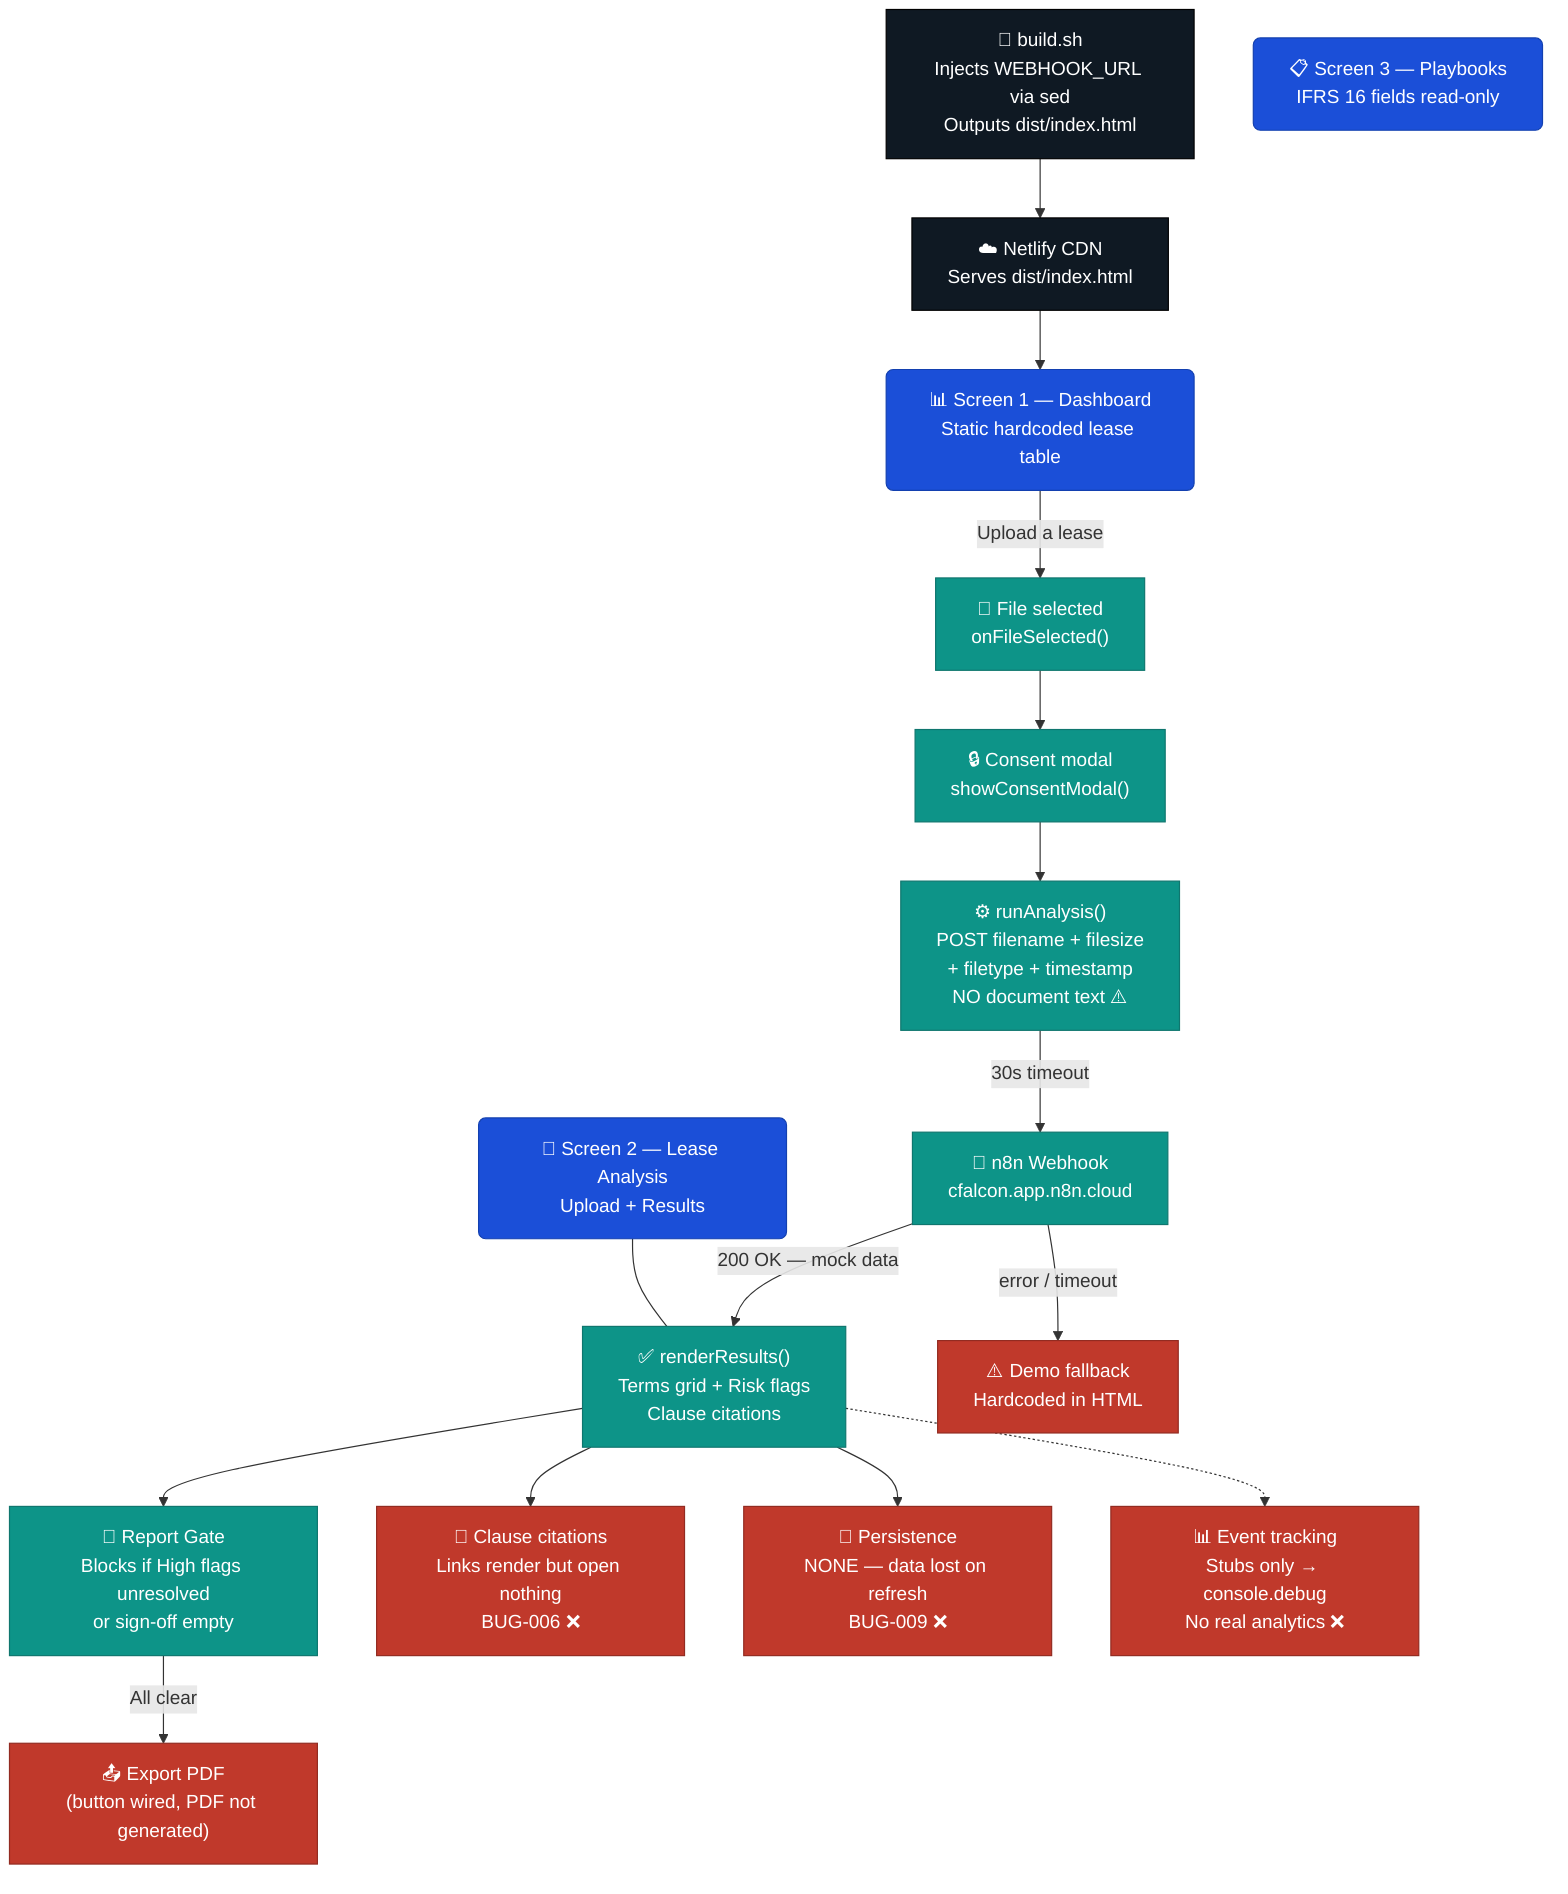
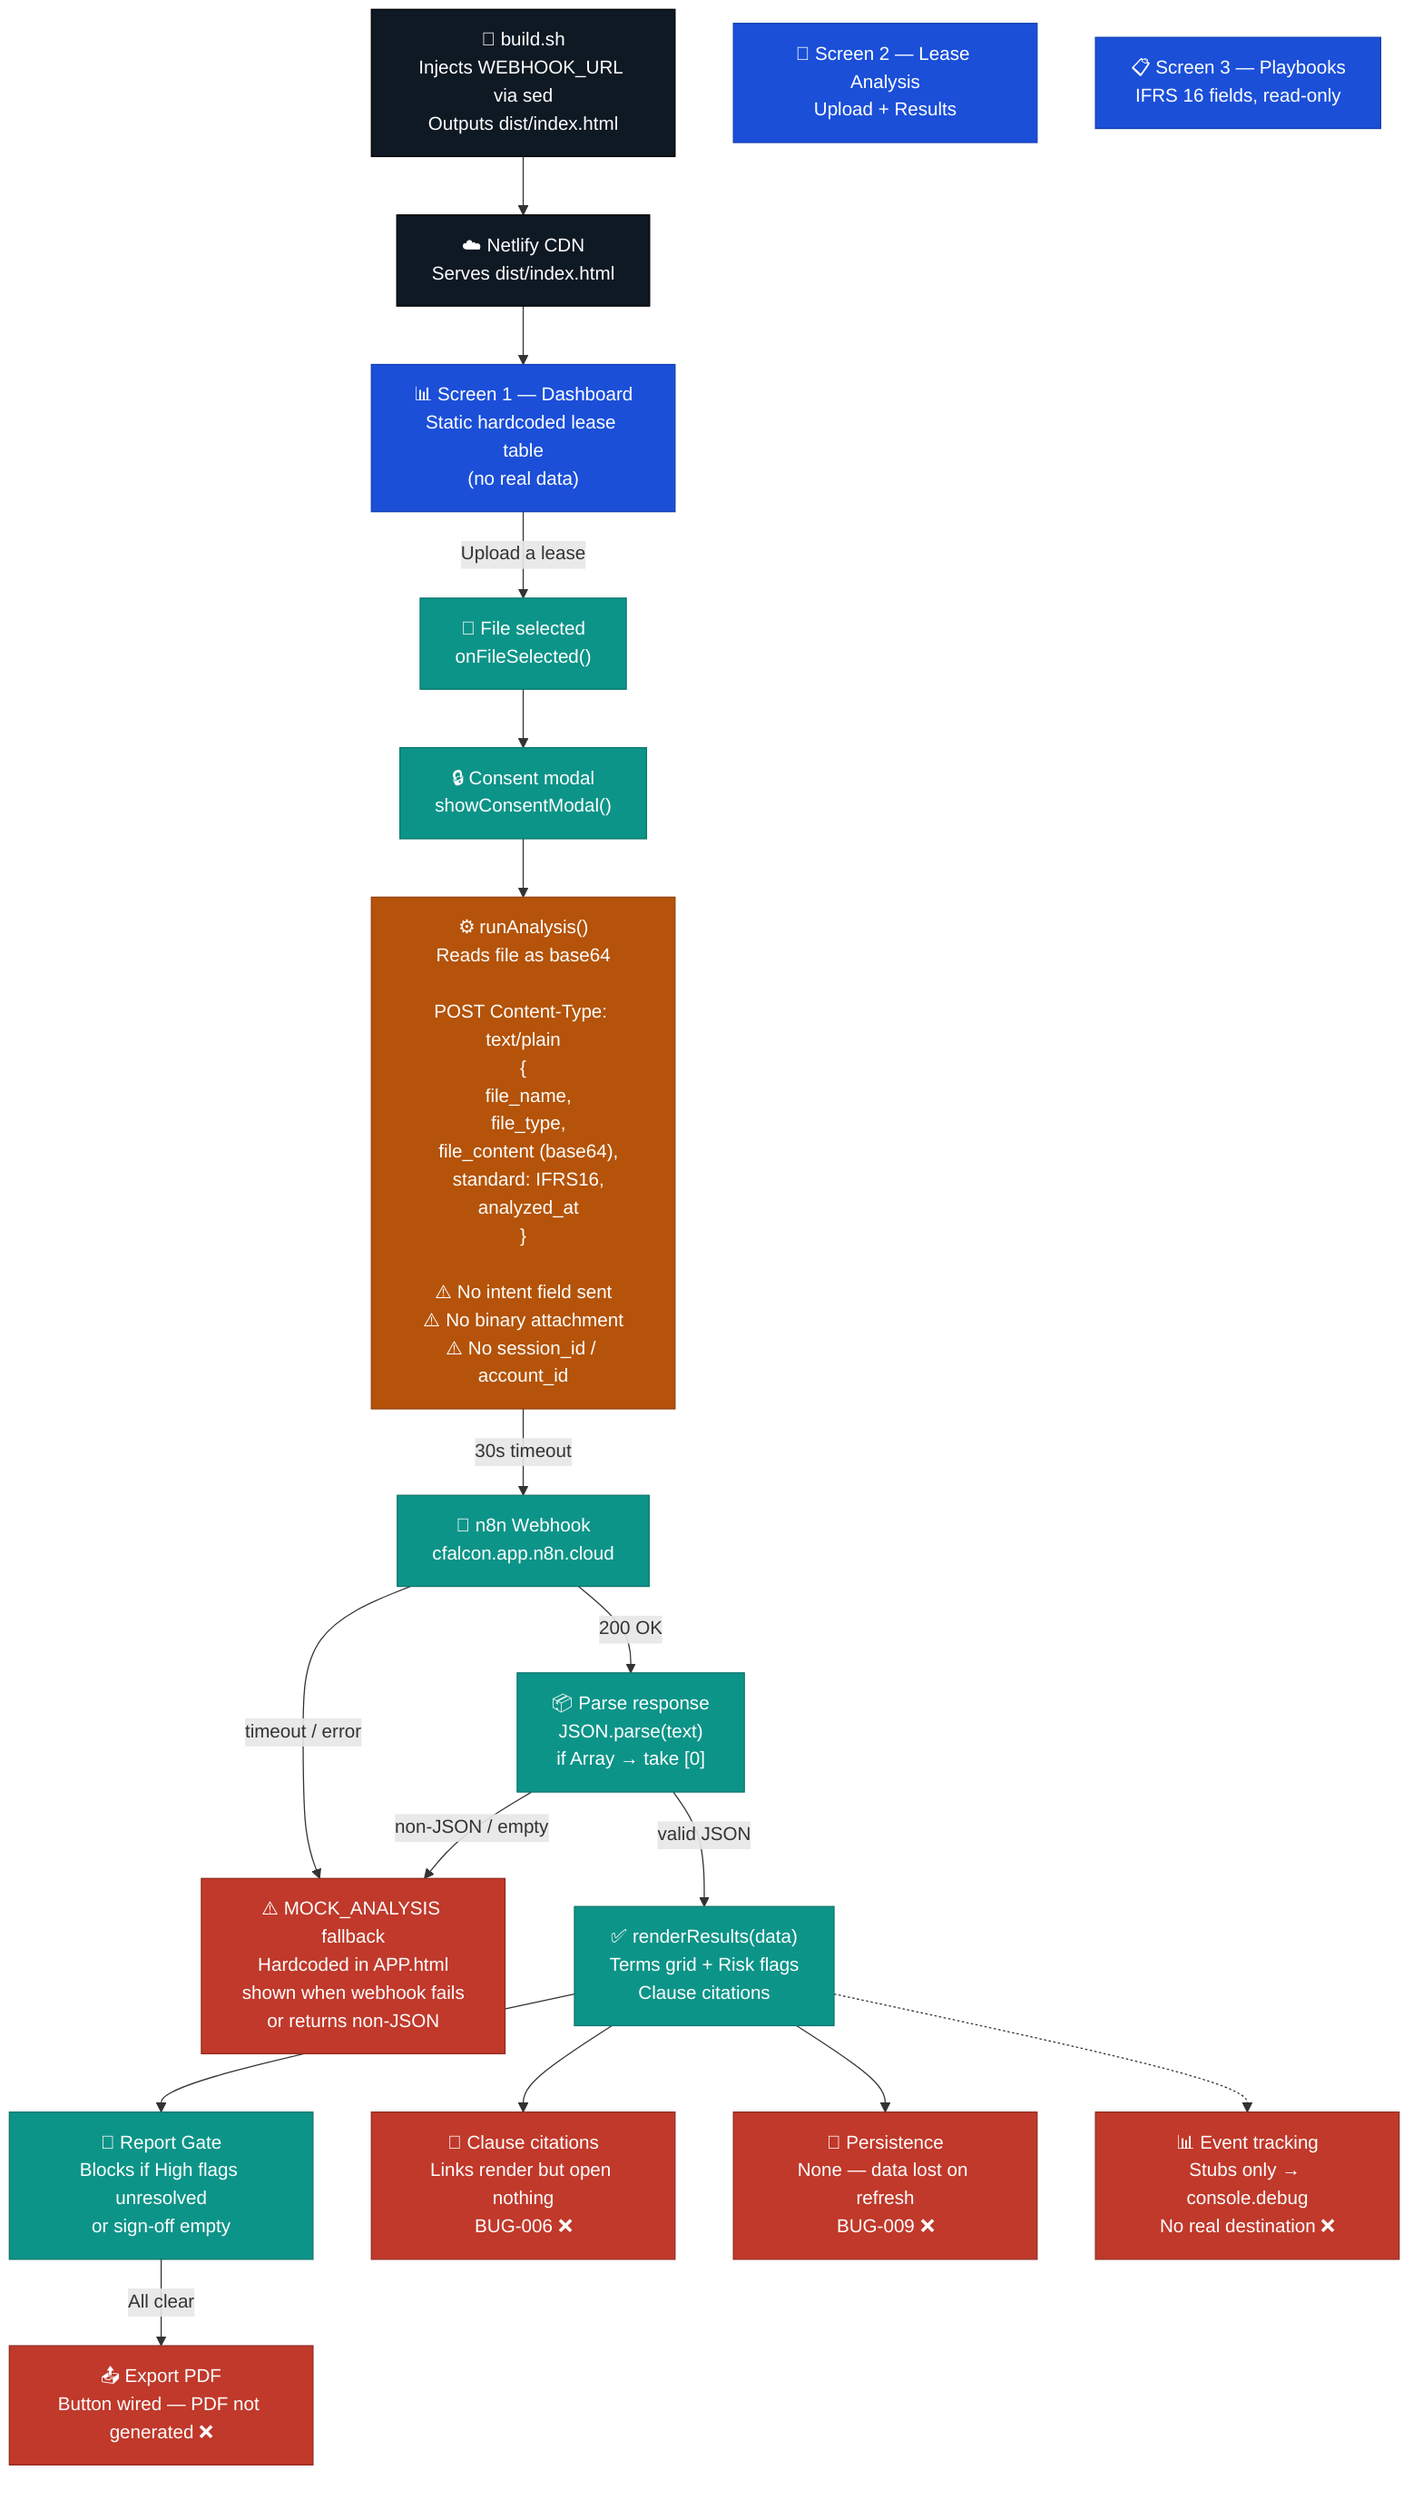
flowchart TD
-     classDef screen fill:#1B4FD8,stroke:#1340B0,color:#fff,rx:6
+     classDef screen fill:#1B4FD8,stroke:#1340B0,color:#fff
    classDef action fill:#0D9488,stroke:#0F766E,color:#fff
    classDef gap fill:#C0392B,stroke:#922B21,color:#fff
-     classDef storage fill:#6B7E8D,stroke:#3D4F5C,color:#fff
    classDef build fill:#0F1923,stroke:#000,color:#fff
+     classDef warn fill:#B45309,stroke:#92400E,color:#fff

    BUILD["🔧 build.sh\nInjects WEBHOOK_URL via sed\nOutputs dist/index.html"]:::build
    NETLIFY["☁️ Netlify CDN\nServes dist/index.html"]:::build
+     BUILD --> NETLIFY --> S1

-     BUILD --> NETLIFY
- 
-     NETLIFY --> S1
- 
-     S1["📊 Screen 1 — Dashboard\nStatic hardcoded lease table"]:::screen
+     S1["📊 Screen 1 — Dashboard\nStatic hardcoded lease table\n(no real data)"]:::screen
    S2["📄 Screen 2 — Lease Analysis\nUpload + Results"]:::screen
-     S3["📋 Screen 3 — Playbooks\nIFRS 16 fields read-only"]:::screen
+     S3["📋 Screen 3 — Playbooks\nIFRS 16 fields, read-only"]:::screen

    S1 -->|"Upload a lease"| UPLOAD
    UPLOAD["📁 File selected\nonFileSelected()"]:::action
    CONSENT["🔒 Consent modal\nshowConsentModal()"]:::action
    UPLOAD --> CONSENT --> ANALYZE

-     ANALYZE["⚙️ runAnalysis()\nPOST filename + filesize\n+ filetype + timestamp\nNO document text ⚠️"]:::action
+     ANALYZE["⚙️ runAnalysis()\nReads file as base64\n\nPOST Content-Type: text/plain\n{\n  file_name,\n  file_type,\n  file_content (base64),\n  standard: IFRS16,\n  analyzed_at\n}\n\n⚠️ No intent field sent\n⚠️ No binary attachment\n⚠️ No session_id / account_id"]:::warn

    ANALYZE -->|"30s timeout"| WEBHOOK
    WEBHOOK["🔗 n8n Webhook\ncfalcon.app.n8n.cloud"]:::action

-     WEBHOOK -->|"200 OK — mock data"| RESULTS
-     WEBHOOK -->|"error / timeout"| DEMO
+     WEBHOOK -->|"200 OK"| PARSE
+     WEBHOOK -->|"timeout / error"| DEMO

-     DEMO["⚠️ Demo fallback\nHardcoded in HTML"]:::gap
-     RESULTS["✅ renderResults()\nTerms grid + Risk flags\nClause citations"]:::action
+     PARSE["📦 Parse response\nJSON.parse(text)\nif Array → take [0]"]:::action
+     PARSE -->|"valid JSON"| RESULTS
+     PARSE -->|"non-JSON / empty"| DEMO

+     DEMO["⚠️ MOCK_ANALYSIS fallback\nHardcoded in APP.html\nshown when webhook fails\nor returns non-JSON"]:::gap
+ 
+     RESULTS["✅ renderResults(data)\nTerms grid + Risk flags\nClause citations"]:::action
    RESULTS --> GATE
+ 
    GATE["🚦 Report Gate\nBlocks if High flags unresolved\nor sign-off empty"]:::action
+     GATE -->|"All clear"| EXPORT

-     GATE -->|"All clear"| EXPORT
-     EXPORT["📤 Export PDF\n(button wired, PDF not generated)"]:::gap
+     EXPORT["📤 Export PDF\nButton wired — PDF not generated ❌"]:::gap
+ 
+     CITATIONS["🔗 Clause citations\nLinks render but open nothing\nBUG-006 ❌"]:::gap
+     PERSIST["💾 Persistence\nNone — data lost on refresh\nBUG-009 ❌"]:::gap
+     TRACKING["📊 Event tracking\nStubs only → console.debug\nNo real destination ❌"]:::gap

    RESULTS --> CITATIONS
-     CITATIONS["🔗 Clause citations\nLinks render but open nothing\nBUG-006 ❌"]:::gap
- 
    RESULTS --> PERSIST
-     PERSIST["💾 Persistence\nNONE — data lost on refresh\nBUG-009 ❌"]:::gap
- 
-     TRACKING["📊 Event tracking\nStubs only → console.debug\nNo real analytics ❌"]:::gap
    RESULTS -.-> TRACKING
- 
-     S2 --- RESULTS
